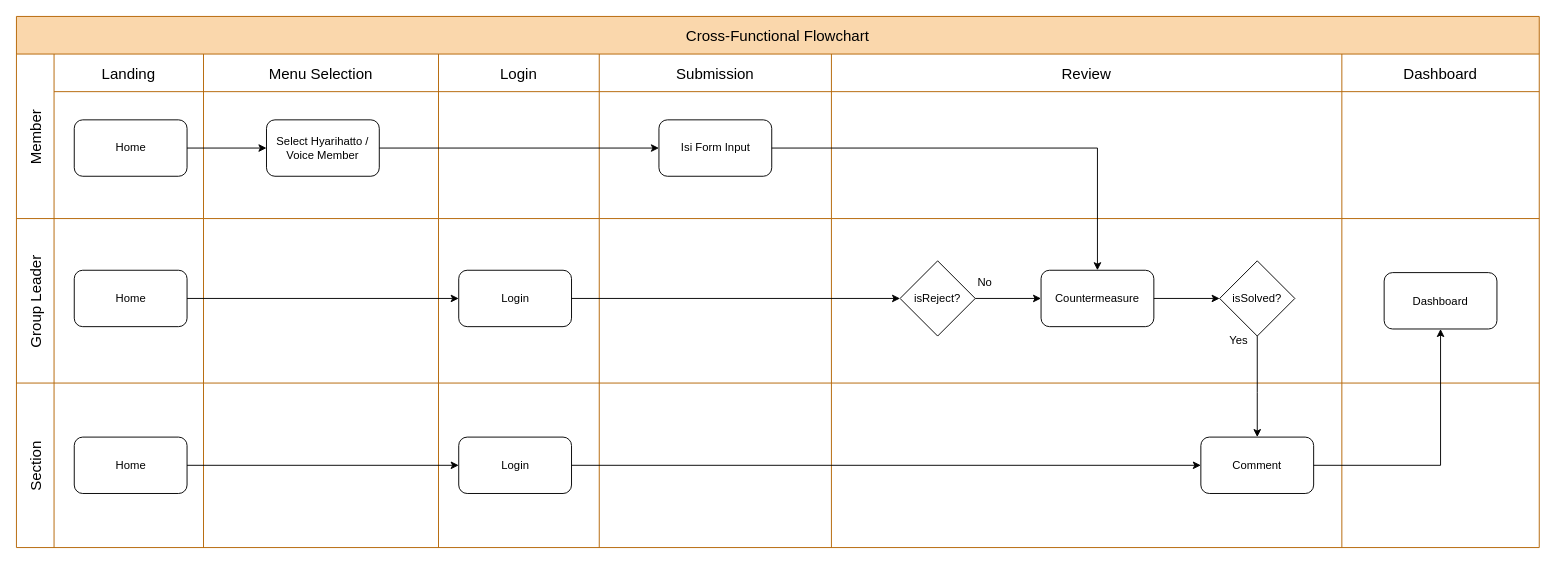
The draw.io diagram page "Flow" (1 of 2) of sys_design/Flow_ERD.drawio in bagususwanto/think-forward, before the edit. Source tidied: cells renumbered, new cells numbered last; positions are measured from the earlier drawing's top-left corner, leaving out a move shared by most shapes. Both pictures are drawn from the tidied source at 94%, with x=0, y=0 at pixel (16, 16).
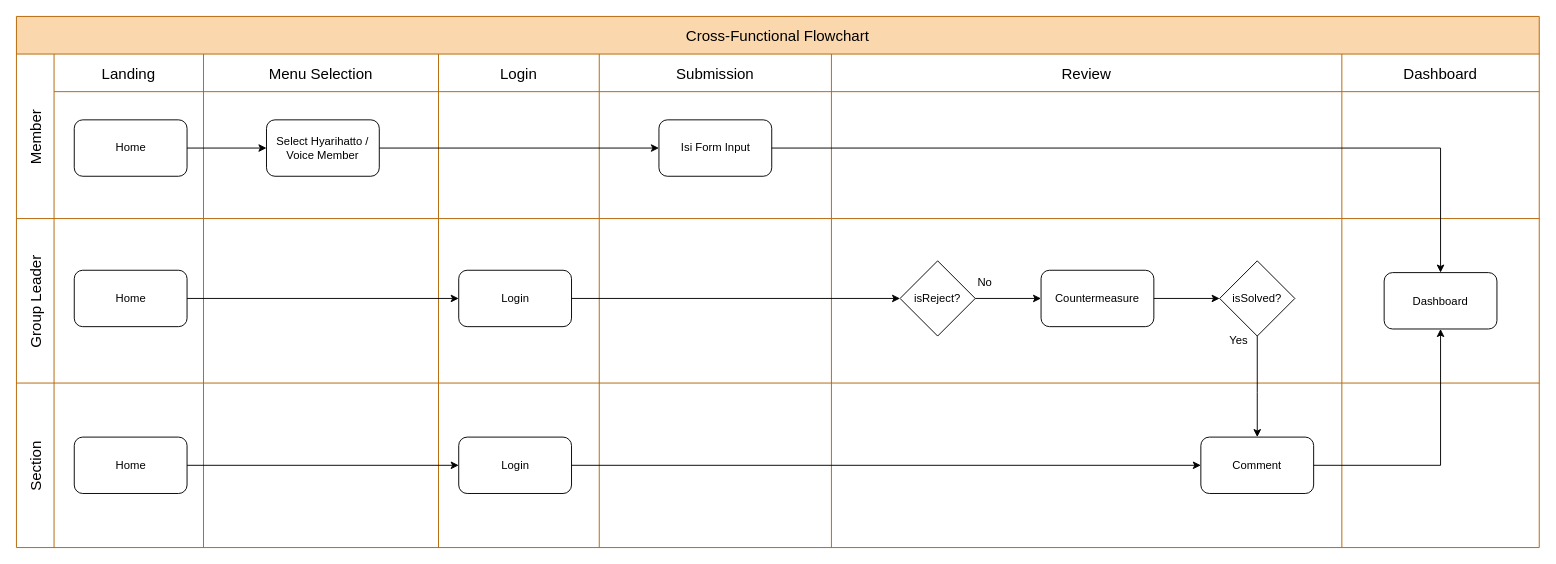
After the change.

The change refers to these unchanged cells:
```xml
<mxCell id="2" value="Cross-Functional Flowchart" style="shape=table;childLayout=tableLayout;startSize=40;fontSize=16;fillColor=#fad7ac;strokeColor=#b46504;" parent="1" vertex="1">
  <mxGeometry width="1620" height="565" as="geometry" />
</mxCell>
<mxCell id="10" value="Isi Form Input" style="rounded=1;whiteSpace=wrap;html=1;" parent="9" vertex="1">
  <mxGeometry x="63.5" y="70" width="120" height="60" as="geometry" />
</mxCell>
<mxCell id="23" value="Countermeasure" style="whiteSpace=wrap;html=1;rounded=1;" parent="22" vertex="1">
  <mxGeometry x="223" y="55" width="120" height="60" as="geometry" />
</mxCell>
<mxCell id="30" value="Dashboard" style="whiteSpace=wrap;html=1;rounded=1;" parent="29" vertex="1">
  <mxGeometry x="45" y="57.5" width="120" height="60" as="geometry" />
</mxCell>
```

Change to the diagram source:
```diff
@@
-    <mxCell id="46" style="edgeStyle=orthogonalEdgeStyle;rounded=0;jettySize=auto;html=1;" parent="2" edge="1" source="10" target="23">
+    <mxCell id="46" style="edgeStyle=orthogonalEdgeStyle;rounded=0;jettySize=auto;html=1;" parent="2" edge="1" source="10" target="30">
       <mxGeometry relative="1" as="geometry" />
     </mxCell>
```
